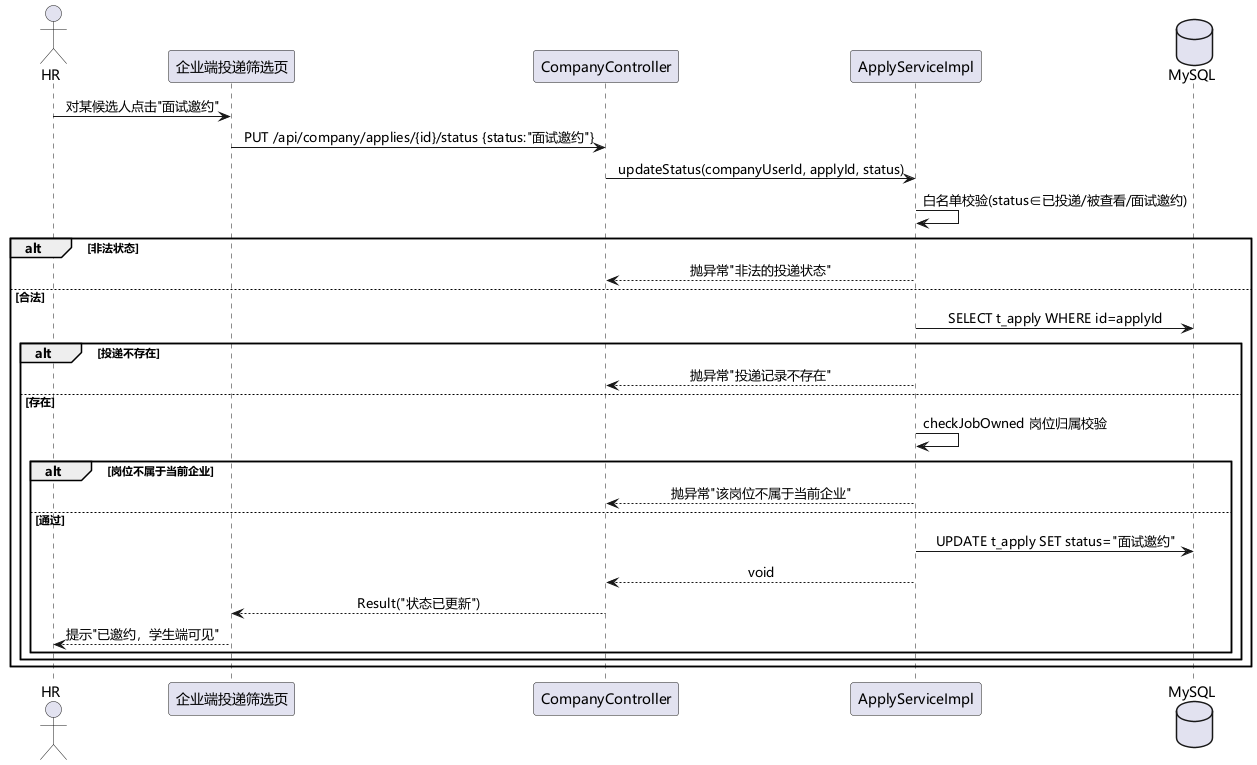
The PlantUML diagram uml/png/何贵剑/企业发起面试邀约时序图.png in sheep7-bot/recruit-internship-system, before a commit.
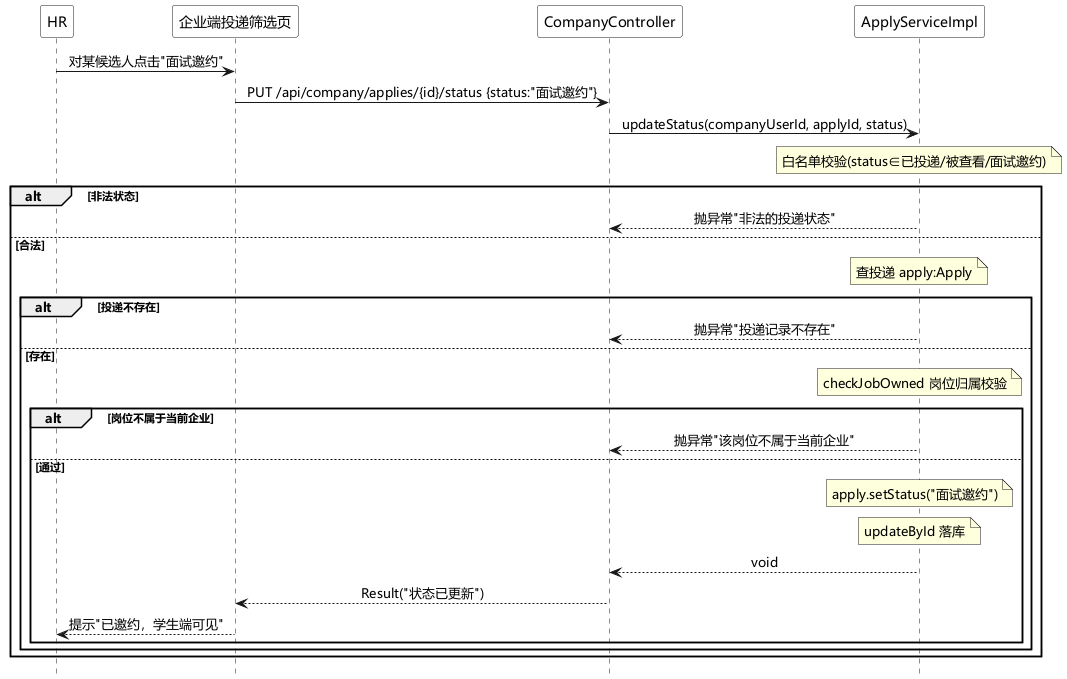
The same diagram one commit later.

The edit, as a diff of the source:
```diff
@@ -1,33 +1,53 @@
 @startuml 企业发起面试邀约时序图
 skinparam defaultFontName "Microsoft YaHei"
+hide footbox
+<style>
+participant {
+  FontColor white
+  BorderColor white
+  BackgroundColor white
+}
+sequenceDiagram {
+  FontColor black
+}
+</style>
 skinparam sequenceMessageAlign center
-
-actor "HR" as hr
+participant "HR" as hr
 participant "企业端投递筛选页" as web
 participant "CompanyController" as ctl
 participant "ApplyServiceImpl" as svc
-database "MySQL" as db
-
 hr -> web : 对某候选人点击"面试邀约"
 web -> ctl : PUT /api/company/applies/{id}/status {status:"面试邀约"}
 ctl -> svc : updateStatus(companyUserId, applyId, status)
-svc -> svc : 白名单校验(status∈已投递/被查看/面试邀约)
+note over svc
+  白名单校验(status∈已投递/被查看/面试邀约)
+end note
 alt 非法状态
   svc --> ctl : 抛异常"非法的投递状态"
 else 合法
-  svc -> db : SELECT t_apply WHERE id=applyId
+  note over svc
+    查投递 apply:Apply
+  end note
   alt 投递不存在
     svc --> ctl : 抛异常"投递记录不存在"
   else 存在
-    svc -> svc : checkJobOwned 岗位归属校验
+    note over svc
+      checkJobOwned 岗位归属校验
+    end note
     alt 岗位不属于当前企业
       svc --> ctl : 抛异常"该岗位不属于当前企业"
     else 通过
-      svc -> db : UPDATE t_apply SET status="面试邀约"
+      note over svc
+        apply.setStatus("面试邀约")
+      end note
+      note over svc
+        updateById 落库
+      end note
       svc --> ctl : void
       ctl --> web : Result("状态已更新")
       web --> hr : 提示"已邀约，学生端可见"
     end
   end
 end
+
 @enduml
```
